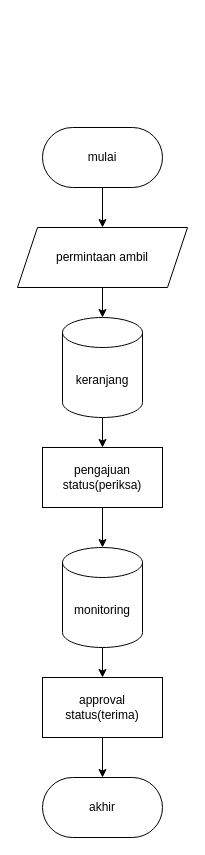
Before: page "monitor-flow" (4 of 5) of flow.drawio in Fakhrezy/sistem-atk-paljaya, a draw.io diagram. Source tidied: cells renumbered, new cells numbered last; positions are measured from the earlier drawing's top-left corner, leaving out a move shared by most shapes. Both pictures are drawn from the tidied source at 100%, with x=0, y=0 at pixel (17, 127).
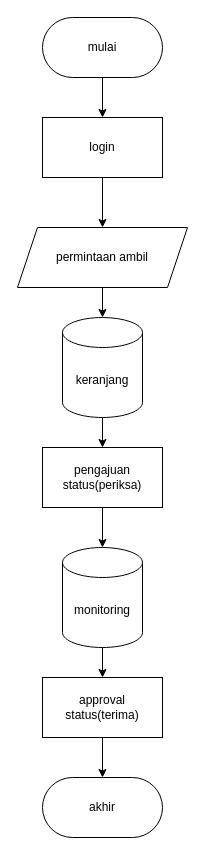
The same page after the edit.

Change to the diagram source:
```diff
@@
 <mxGraphModel>
   <root>
     <mxCell id="0" />
     <mxCell id="1" parent="0" />
-    <mxCell id="2" style="edgeStyle=none;html=1;exitX=0.5;exitY=1;exitDx=0;exitDy=0;entryX=0.5;entryY=0;entryDx=0;entryDy=0;" parent="1" edge="1" source="3" target="4">
-      <mxGeometry relative="1" as="geometry" />
-    </mxCell>
+    <mxCell id="15" style="edgeStyle=none;html=1;exitX=0.5;exitY=1;exitDx=0;exitDy=0;entryX=0.5;entryY=0;entryDx=0;entryDy=0;" parent="1" edge="1" source="3" target="17">
+      <mxGeometry relative="1" as="geometry" />
+    </mxCell>
     <mxCell id="3" value="mulai" style="rounded=1;whiteSpace=wrap;html=1;arcSize=50;" parent="1" vertex="1">
-      <mxGeometry x="25" width="120" height="60" as="geometry" />
+      <mxGeometry x="25" y="-110" width="120" height="60" as="geometry" />
     </mxCell>
     <mxCell id="4" value="permintaan ambil" style="shape=parallelogram;perimeter=parallelogramPerimeter;whiteSpace=wrap;html=1;fixedSize=1;" parent="1" vertex="1">
       <mxGeometry y="100" width="170" height="60" as="geometry" />
     </mxCell>
     <mxCell id="5" style="edgeStyle=none;html=1;exitX=0.5;exitY=1;exitDx=0;exitDy=0;exitPerimeter=0;entryX=0.5;entryY=0;entryDx=0;entryDy=0;" parent="1" edge="1" source="6" target="7">
       <mxGeometry relative="1" as="geometry" />
     </mxCell>
     <mxCell id="6" value="keranjang" style="shape=cylinder3;whiteSpace=wrap;html=1;boundedLbl=1;backgroundOutline=1;size=15;" parent="1" vertex="1">
       <mxGeometry x="45" y="190" width="80" height="100" as="geometry" />
     </mxCell>
     <mxCell id="7" value="pengajuan&lt;div&gt;status(periksa)&lt;/div&gt;" style="rounded=0;whiteSpace=wrap;html=1;" parent="1" vertex="1">
       <mxGeometry x="25" y="320" width="120" height="60" as="geometry" />
     </mxCell>
     <mxCell id="8" style="edgeStyle=none;html=1;exitX=0.5;exitY=1;exitDx=0;exitDy=0;exitPerimeter=0;entryX=0.5;entryY=0;entryDx=0;entryDy=0;" parent="1" edge="1" source="9" target="11">
       <mxGeometry relative="1" as="geometry" />
     </mxCell>
     <mxCell id="9" value="monitoring" style="shape=cylinder3;whiteSpace=wrap;html=1;boundedLbl=1;backgroundOutline=1;size=15;" parent="1" vertex="1">
       <mxGeometry x="45" y="420" width="80" height="100" as="geometry" />
     </mxCell>
     <mxCell id="10" style="edgeStyle=none;html=1;exitX=0.5;exitY=1;exitDx=0;exitDy=0;entryX=0.5;entryY=0;entryDx=0;entryDy=0;" parent="1" edge="1" source="11" target="12">
       <mxGeometry relative="1" as="geometry" />
     </mxCell>
     <mxCell id="11" value="approval&lt;div&gt;status(terima)&lt;/div&gt;" style="rounded=0;whiteSpace=wrap;html=1;" parent="1" vertex="1">
       <mxGeometry x="25" y="550" width="120" height="60" as="geometry" />
     </mxCell>
     <mxCell id="12" value="akhir" style="rounded=1;whiteSpace=wrap;html=1;arcSize=50;" parent="1" vertex="1">
       <mxGeometry x="25" y="650" width="120" height="60" as="geometry" />
     </mxCell>
     <mxCell id="13" style="edgeStyle=none;html=1;exitX=0.5;exitY=1;exitDx=0;exitDy=0;entryX=0.5;entryY=0;entryDx=0;entryDy=0;entryPerimeter=0;" parent="1" edge="1" source="4" target="6">
       <mxGeometry relative="1" as="geometry" />
     </mxCell>
     <mxCell id="14" style="edgeStyle=none;html=1;exitX=0.5;exitY=1;exitDx=0;exitDy=0;entryX=0.5;entryY=0;entryDx=0;entryDy=0;entryPerimeter=0;" parent="1" edge="1" source="7" target="9">
       <mxGeometry relative="1" as="geometry" />
     </mxCell>
+    <mxCell id="16" style="edgeStyle=none;html=1;exitX=0.5;exitY=1;exitDx=0;exitDy=0;entryX=0.5;entryY=0;entryDx=0;entryDy=0;" parent="1" edge="1" source="17" target="4">
+      <mxGeometry relative="1" as="geometry" />
+    </mxCell>
+    <mxCell id="17" value="login" style="rounded=0;whiteSpace=wrap;html=1;" parent="1" vertex="1">
+      <mxGeometry x="25" y="-10" width="120" height="60" as="geometry" />
+    </mxCell>
   </root>
 </mxGraphModel>
```
